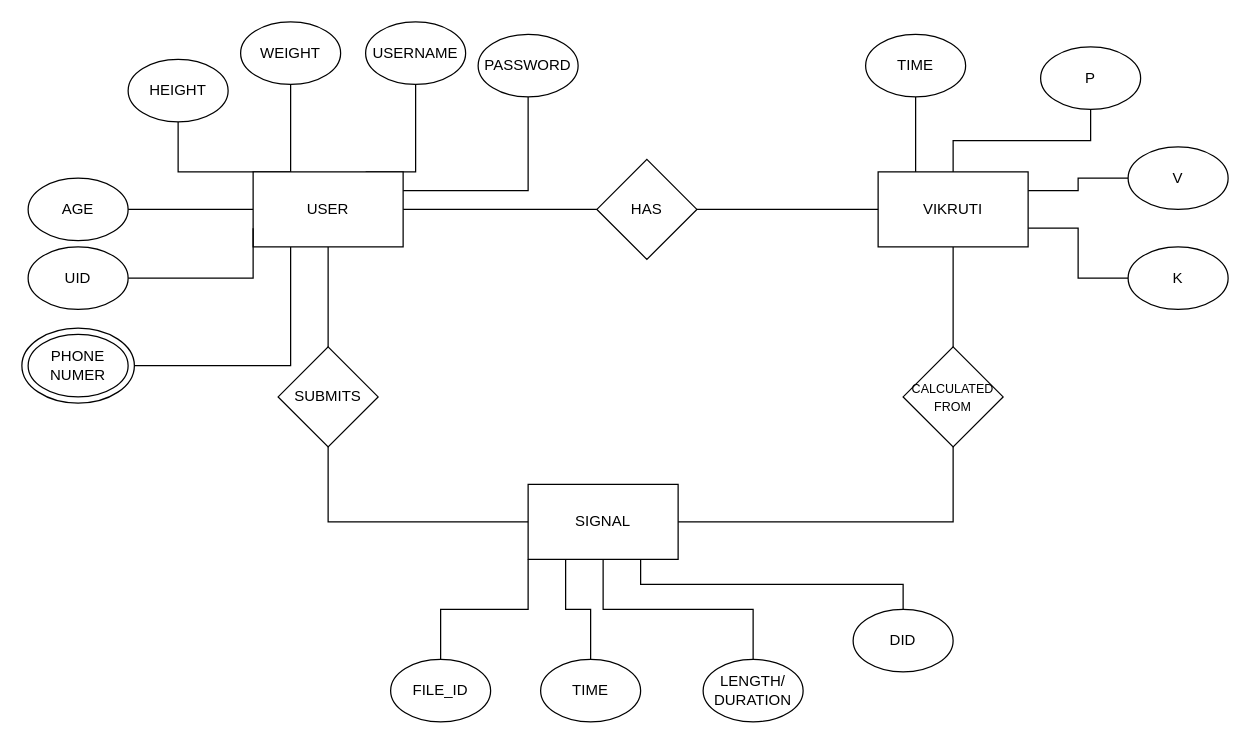
Above: page "ER diagram" (2 of 2) of nadi.drawio in MohitBurkule/nadi (draw.io), before the change. Source tidied: cells renumbered, new cells numbered last; positions are measured from the earlier drawing's top-left corner, leaving out a move shared by most shapes. Both pictures are drawn from the tidied source at 125%, with x=0, y=0 at pixel (21, 21).
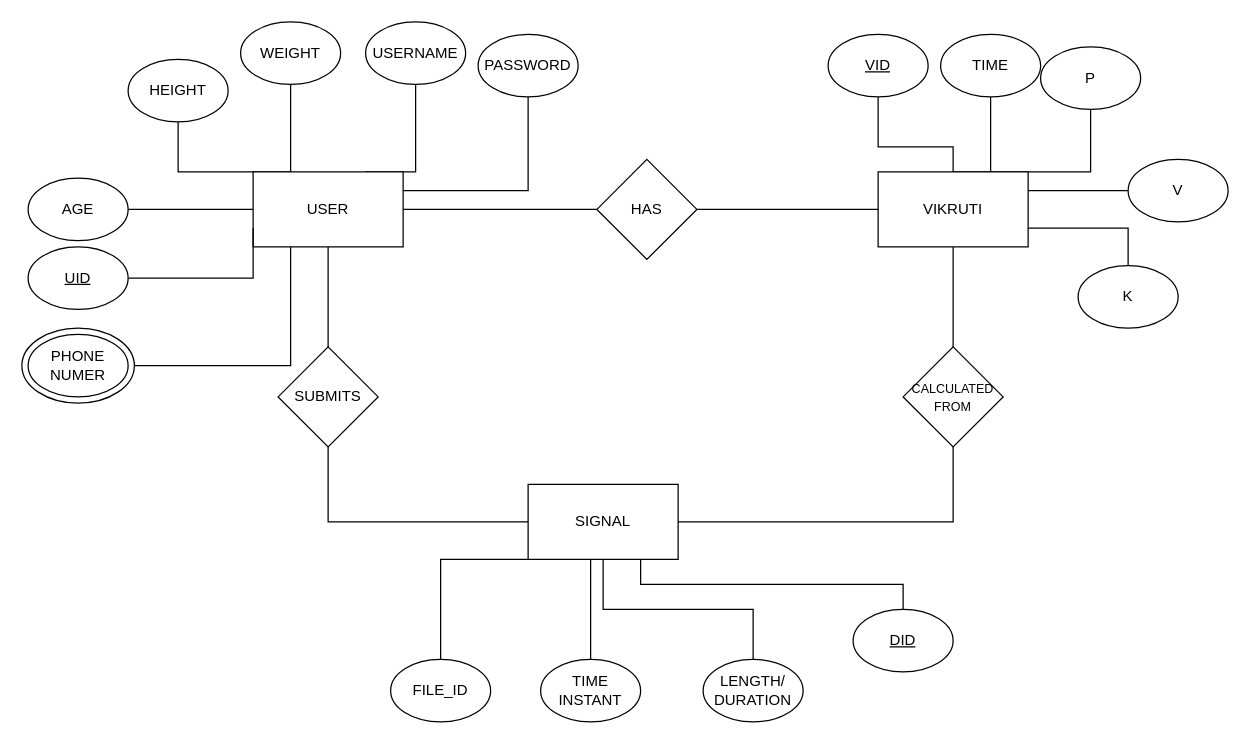
After the change.

Commit message:
underlined primary

The change refers to these unchanged cells:
```xml
<mxCell id="16" value="VIKRUTI" style="rounded=0;whiteSpace=wrap;html=1;" parent="1" vertex="1">
  <mxGeometry x="685" y="120" width="120" height="60" as="geometry" />
</mxCell>
<mxCell id="21" value="SIGNAL" style="rounded=0;whiteSpace=wrap;html=1;" parent="1" vertex="1">
  <mxGeometry x="405" y="370" width="120" height="60" as="geometry" />
</mxCell>
<mxCell id="32" value="FILE_ID" style="ellipse;whiteSpace=wrap;html=1;" parent="1" vertex="1">
  <mxGeometry x="295" y="510" width="80" height="50" as="geometry" />
</mxCell>
<mxCell id="37" value="P" style="ellipse;whiteSpace=wrap;html=1;" parent="1" vertex="1">
  <mxGeometry x="815" y="20" width="80" height="50" as="geometry" />
</mxCell>
```

The edit, as a diff of the source:
```diff
@@
-    <mxCell id="12" style="edgeStyle=orthogonalEdgeStyle;rounded=0;jettySize=auto;html=1;exitX=0.25;exitY=0;exitDx=0;exitDy=0;entryX=0.5;entryY=1;entryDx=0;entryDy=0;endArrow=none;endFill=0;" parent="1" edge="1" source="16" target="36">
+    <mxCell id="12" style="edgeStyle=orthogonalEdgeStyle;rounded=0;jettySize=auto;html=1;exitX=0.75;exitY=0;exitDx=0;exitDy=0;entryX=0.5;entryY=1;entryDx=0;entryDy=0;endArrow=none;endFill=0;" parent="1" edge="1" source="16" target="36">
       <mxGeometry relative="1" as="geometry" />
     </mxCell>
     <mxCell id="13" style="edgeStyle=orthogonalEdgeStyle;rounded=0;jettySize=auto;html=1;exitX=0.5;exitY=0;exitDx=0;exitDy=0;endArrow=none;endFill=0;" parent="1" edge="1" source="16" target="37">
-      <mxGeometry relative="1" as="geometry" />
+      <mxGeometry relative="1" as="geometry">
+        <Array as="points">
+          <mxPoint x="855" y="120" />
+        </Array>
+      </mxGeometry>
     </mxCell>
@@
     <mxCell id="17" style="edgeStyle=orthogonalEdgeStyle;rounded=0;jettySize=auto;html=1;exitX=0;exitY=1;exitDx=0;exitDy=0;entryX=0.5;entryY=0;entryDx=0;entryDy=0;endArrow=none;endFill=0;" parent="1" edge="1" source="21" target="32">
-      <mxGeometry relative="1" as="geometry" />
+      <mxGeometry relative="1" as="geometry">
+        <Array as="points">
+          <mxPoint x="335" y="430" />
+        </Array>
+      </mxGeometry>
     </mxCell>
     <mxCell id="18" style="edgeStyle=orthogonalEdgeStyle;rounded=0;jettySize=auto;html=1;exitX=0.25;exitY=1;exitDx=0;exitDy=0;endArrow=none;endFill=0;" parent="1" edge="1" source="21" target="33">
-      <mxGeometry relative="1" as="geometry" />
+      <mxGeometry relative="1" as="geometry">
+        <Array as="points">
+          <mxPoint x="455" y="430" />
+        </Array>
+      </mxGeometry>
     </mxCell>
@@
-    <mxCell id="33" value="TIME" style="ellipse;whiteSpace=wrap;html=1;" parent="1" vertex="1">
+    <mxCell id="33" value="TIME INSTANT" style="ellipse;whiteSpace=wrap;html=1;" parent="1" vertex="1">
       <mxGeometry x="415" y="510" width="80" height="50" as="geometry" />
     </mxCell>
@@
-    <mxCell id="35" value="DID" style="ellipse;whiteSpace=wrap;html=1;" parent="1" vertex="1">
+    <mxCell id="35" value="&lt;u&gt;DID&lt;/u&gt;" style="ellipse;whiteSpace=wrap;html=1;" parent="1" vertex="1">
       <mxGeometry x="665" y="470" width="80" height="50" as="geometry" />
     </mxCell>
     <mxCell id="36" value="TIME" style="ellipse;whiteSpace=wrap;html=1;" parent="1" vertex="1">
-      <mxGeometry x="675" y="10" width="80" height="50" as="geometry" />
+      <mxGeometry x="735" y="10" width="80" height="50" as="geometry" />
     </mxCell>
@@
     <mxCell id="38" value="V" style="ellipse;whiteSpace=wrap;html=1;" parent="1" vertex="1">
-      <mxGeometry x="885" y="100" width="80" height="50" as="geometry" />
+      <mxGeometry x="885" y="110" width="80" height="50" as="geometry" />
     </mxCell>
     <mxCell id="39" value="K" style="ellipse;whiteSpace=wrap;html=1;" parent="1" vertex="1">
-      <mxGeometry x="885" y="180" width="80" height="50" as="geometry" />
+      <mxGeometry x="845" y="195" width="80" height="50" as="geometry" />
     </mxCell>
@@
-    <mxCell id="42" value="UID" style="ellipse;whiteSpace=wrap;html=1;" parent="1" vertex="1">
+    <mxCell id="42" value="&lt;u&gt;UID&lt;/u&gt;" style="ellipse;whiteSpace=wrap;html=1;" parent="1" vertex="1">
       <mxGeometry x="5" y="180" width="80" height="50" as="geometry" />
     </mxCell>
@@
+    <mxCell id="45" style="edgeStyle=orthogonalEdgeStyle;rounded=0;jettySize=auto;html=1;exitX=0.5;exitY=1;exitDx=0;exitDy=0;entryX=0.5;entryY=0;entryDx=0;entryDy=0;endArrow=none;endFill=0;" parent="1" edge="1" source="46" target="16">
+      <mxGeometry relative="1" as="geometry">
+        <Array as="points">
+          <mxPoint x="685" y="100" />
+          <mxPoint x="745" y="100" />
+        </Array>
+      </mxGeometry>
+    </mxCell>
+    <mxCell id="46" value="&lt;u&gt;VID&lt;/u&gt;" style="ellipse;whiteSpace=wrap;html=1;" parent="1" vertex="1">
+      <mxGeometry x="645" y="10" width="80" height="50" as="geometry" />
+    </mxCell>
```
